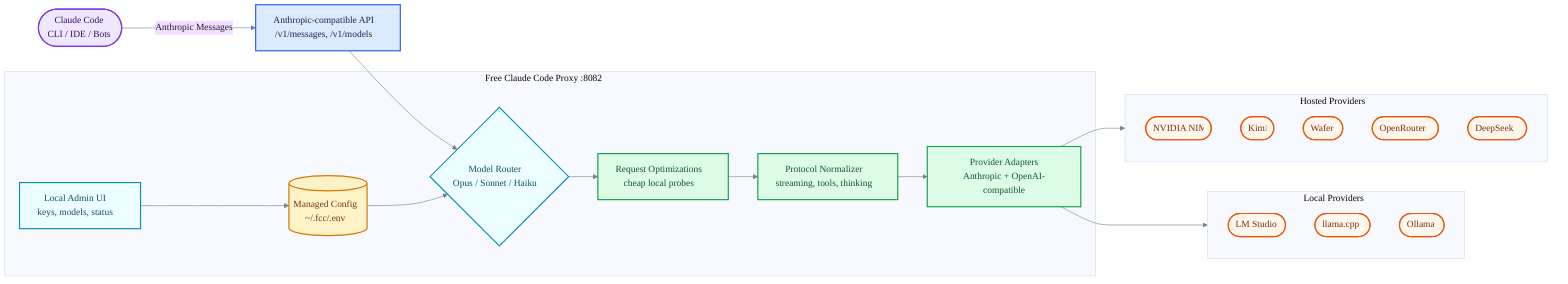
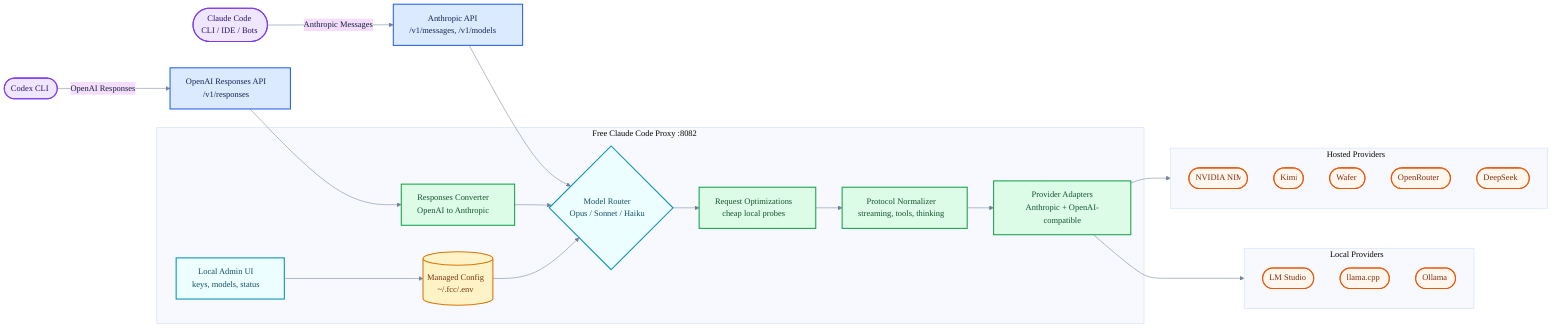
%%{init: {"theme": "base", "themeVariables": {"fontFamily": "Inter, ui-sans-serif, system-ui, Segoe UI, Arial", "background": "transparent", "primaryTextColor": "#172033", "lineColor": "#718096"}}}%%
flowchart LR
-     client(["Claude Code<br/>CLI / IDE / Bots"])
-     api["Anthropic-compatible API<br/>/v1/messages, /v1/models"]
+     claudeClient(["Claude Code<br/>CLI / IDE / Bots"])
+     codexClient(["Codex CLI"])
+     messagesApi["Anthropic API<br/>/v1/messages, /v1/models"]
+     responsesApi["OpenAI Responses API<br/>/v1/responses"]

    subgraph proxy["Free Claude Code Proxy :8082"]
        admin["Local Admin UI<br/>keys, models, status"]
        config[("Managed Config<br/>~/.fcc/.env")]
+         convert["Responses Converter<br/>OpenAI to Anthropic"]
        router{"Model Router<br/>Opus / Sonnet / Haiku"}
        optimize["Request Optimizations<br/>cheap local probes"]
        normalize["Protocol Normalizer<br/>streaming, tools, thinking"]
        adapters["Provider Adapters<br/>Anthropic + OpenAI-compatible"]
    end

    subgraph hosted["Hosted Providers"]
        nim(["NVIDIA NIM"])
        kimi(["Kimi"])
        wafer(["Wafer"])
        openrouter(["OpenRouter"])
        deepseek(["DeepSeek"])
    end

    subgraph local["Local Providers"]
        lmstudio(["LM Studio"])
        llamacpp(["llama.cpp"])
        ollama(["Ollama"])
    end

-     client -->|"Anthropic Messages"| api
-     api --> router
+     claudeClient -->|"Anthropic Messages"| messagesApi
+     codexClient -->|"OpenAI Responses"| responsesApi
+     messagesApi --> router
+     responsesApi --> convert
+     convert --> router
    admin --> config
    config --> router
    router --> optimize
    optimize --> normalize
    normalize --> adapters
    adapters --> hosted
    adapters --> local

    classDef client fill:#efe7ff,stroke:#7c3aed,stroke-width:2px,color:#2e1065;
    classDef api fill:#dbeafe,stroke:#2563eb,stroke-width:2px,color:#172554;
    classDef proxy fill:#ecfeff,stroke:#0891b2,stroke-width:2px,color:#164e63;
    classDef config fill:#fef3c7,stroke:#d97706,stroke-width:2px,color:#78350f;
    classDef transform fill:#dcfce7,stroke:#16a34a,stroke-width:2px,color:#14532d;
    classDef provider fill:#fff7ed,stroke:#ea580c,stroke-width:2px,color:#7c2d12;

-     class client client;
-     class api api;
+     class claudeClient,codexClient client;
+     class messagesApi,responsesApi api;
    class admin,router proxy;
    class config config;
-     class optimize,normalize,adapters transform;
+     class convert,optimize,normalize,adapters transform;
    class nim,kimi,wafer,openrouter,deepseek,lmstudio,llamacpp,ollama provider;
